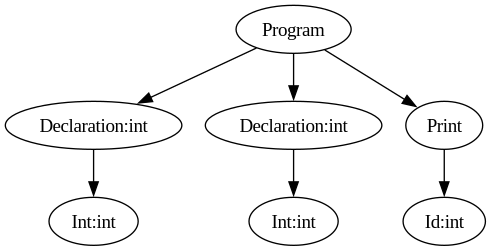
Above: practica6/ast.png in tomasbh7/Compiladores (Graphviz), before the change. Its source is kept beside it as practica6/ast.dot.
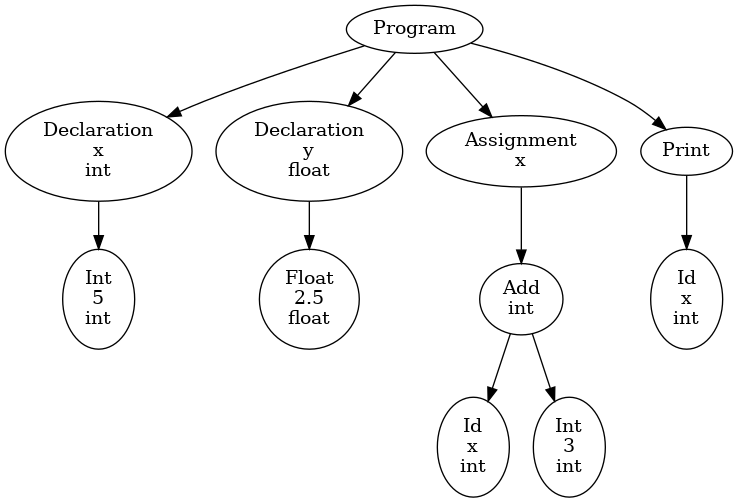
After the change.

Change to the diagram source:
```diff
@@ -1,15 +1,23 @@
 digraph AST {
-node0 [label="Program"];
-node1 [label="Declaration:int"];
-node2 [label="Int:int"];
-node1 -> node2;
-node0 -> node1;
-node3 [label="Declaration:int"];
-node4 [label="Int:int"];
-node3 -> node4;
-node0 -> node3;
-node5 [label="Print"];
-node6 [label="Id:int"];
-node5 -> node6;
-node0 -> node5;
+  node0 [label="Program"];
+  node1 [label="Declaration\nx\nint"];
+  node2 [label="Int\n5\nint"];
+  node1 -> node2;
+  node0 -> node1;
+  node3 [label="Declaration\ny\nfloat"];
+  node4 [label="Float\n2.5\nfloat"];
+  node3 -> node4;
+  node0 -> node3;
+  node5 [label="Assignment\nx"];
+  node6 [label="Add\nint"];
+  node7 [label="Id\nx\nint"];
+  node6 -> node7;
+  node8 [label="Int\n3\nint"];
+  node6 -> node8;
+  node5 -> node6;
+  node0 -> node5;
+  node9 [label="Print"];
+  node10 [label="Id\nx\nint"];
+  node9 -> node10;
+  node0 -> node9;
 }
```
